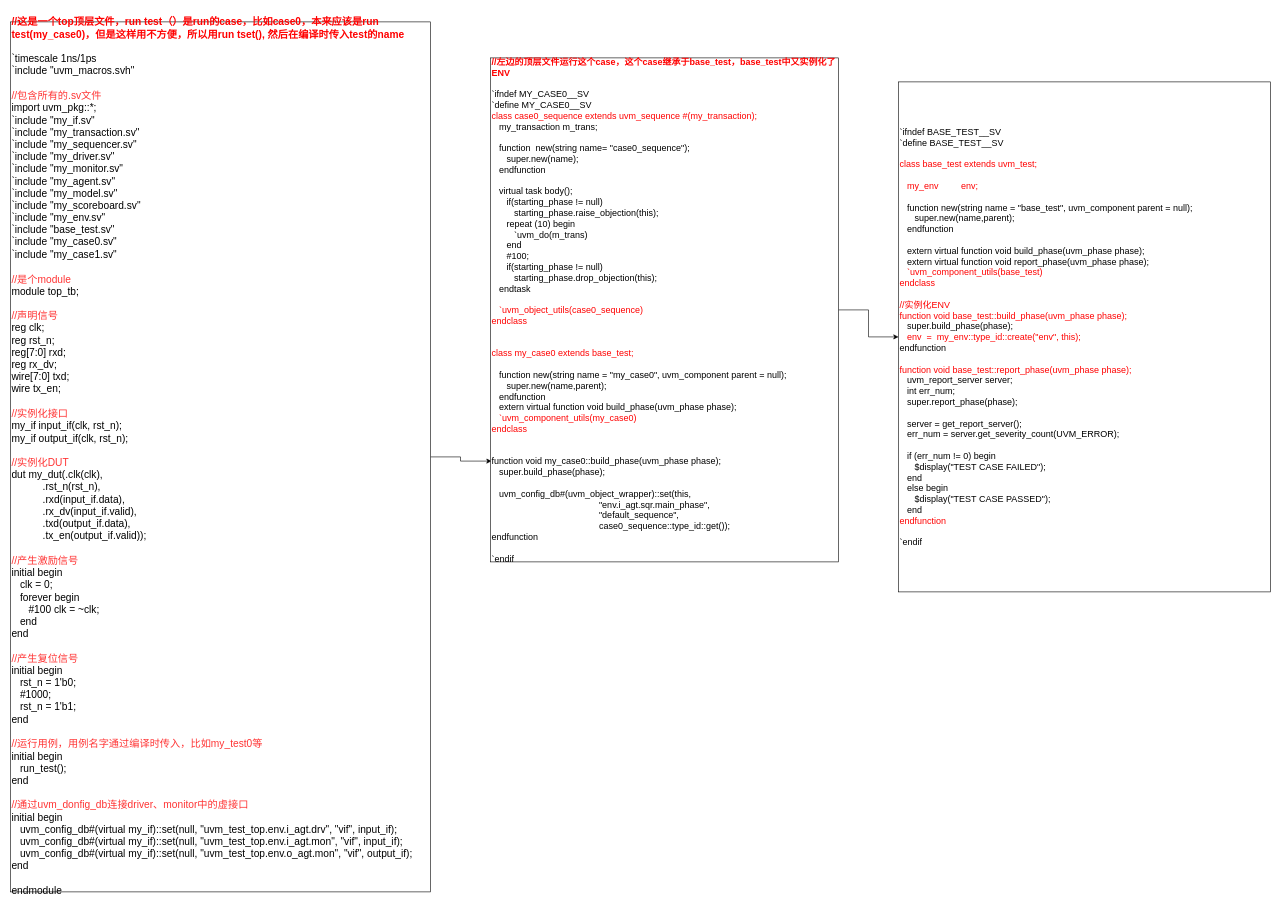
The draw.io diagram UVM架构总结/最终的top_tb.drawio in ghr12345/firsttest, before the edit. Source tidied: cells renumbered, new cells numbered last; positions are measured from the earlier drawing's top-left corner, leaving out a move shared by most shapes. Both pictures are drawn from the tidied source at 60%, with x=0, y=0 at pixel (10, 22).
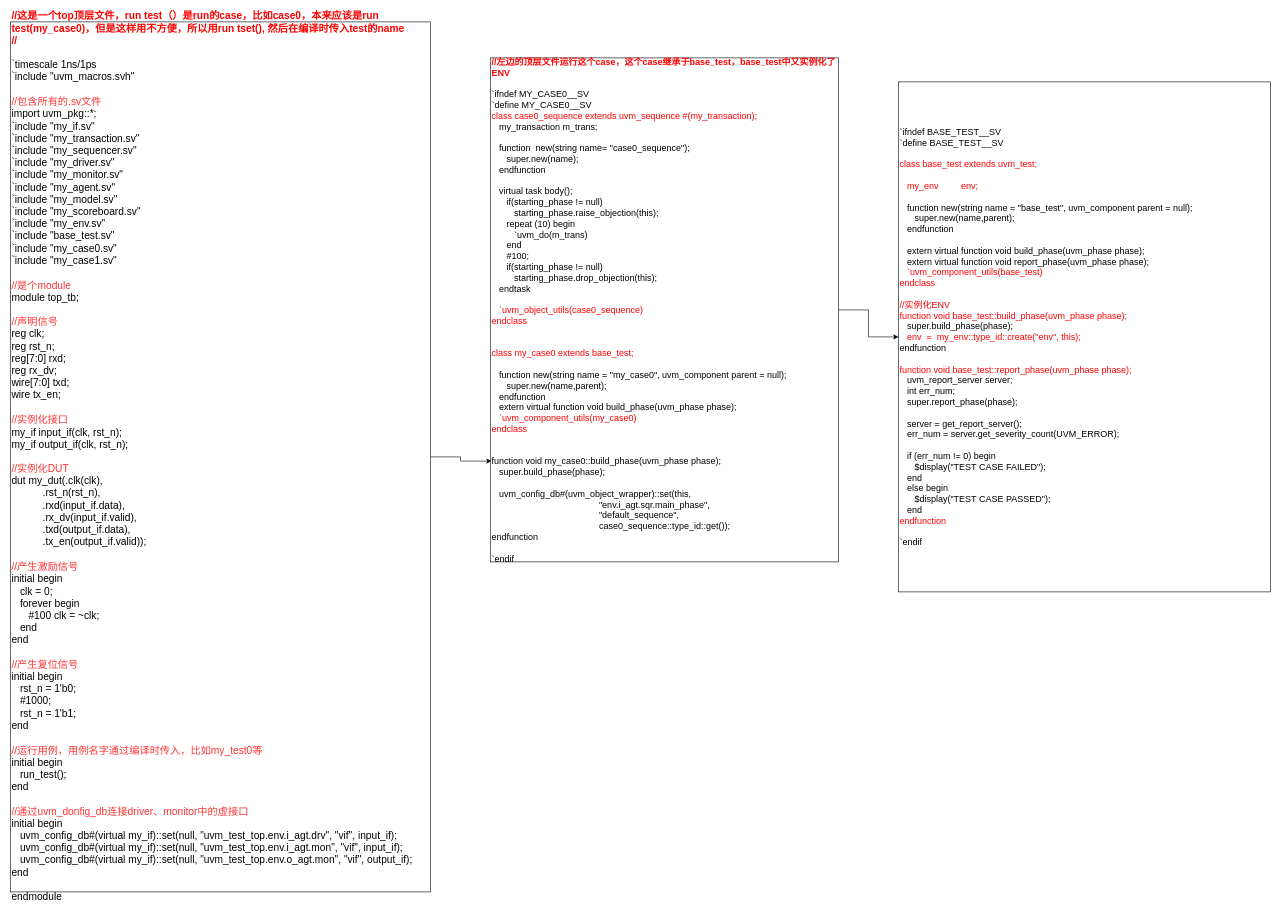
The same page after the edit.

Commit message (it also covers changes not shown here):
更新最终的top_tb.drawio

Diff of the diagram source:
```diff
@@
 <mxGraphModel>
   <root>
     <mxCell id="0" />
     <mxCell id="1" parent="0" />
     <mxCell id="2" style="edgeStyle=orthogonalEdgeStyle;rounded=0;jettySize=auto;html=1;entryX=0.003;entryY=0.8;entryDx=0;entryDy=0;entryPerimeter=0;fontSize=15;" parent="1" edge="1" source="3" target="5">
       <mxGeometry relative="1" as="geometry" />
     </mxCell>
-    <mxCell id="3" value="&lt;div&gt;&lt;font color=&quot;#ff0000&quot;&gt;&lt;b&gt;//这是一个top顶层文件，run test（）是run的case，比如case0，本来应该是run test(my_case0)，但是这样用不方便，所以用run tset(), 然后在编译时传入test的name&lt;/b&gt;&lt;/font&gt;&lt;/div&gt;&lt;div&gt;&lt;br&gt;&lt;/div&gt;&lt;div&gt;`timescale 1ns/1ps&lt;/div&gt;&lt;div&gt;`include &quot;uvm_macros.svh&quot;&lt;/div&gt;&lt;div&gt;&lt;br&gt;&lt;/div&gt;&lt;div&gt;&lt;font color=&quot;#ff3333&quot;&gt;//包含所有的.sv文件&lt;/font&gt;&lt;/div&gt;&lt;div&gt;import uvm_pkg::*;&lt;/div&gt;&lt;div&gt;`include &quot;my_if.sv&quot;&lt;/div&gt;&lt;div&gt;`include &quot;my_transaction.sv&quot;&lt;/div&gt;&lt;div&gt;`include &quot;my_sequencer.sv&quot;&lt;/div&gt;&lt;div&gt;`include &quot;my_driver.sv&quot;&lt;/div&gt;&lt;div&gt;`include &quot;my_monitor.sv&quot;&lt;/div&gt;&lt;div&gt;`include &quot;my_agent.sv&quot;&lt;/div&gt;&lt;div&gt;`include &quot;my_model.sv&quot;&lt;/div&gt;&lt;div&gt;`include &quot;my_scoreboard.sv&quot;&lt;/div&gt;&lt;div&gt;`include &quot;my_env.sv&quot;&lt;/div&gt;&lt;div&gt;`include &quot;base_test.sv&quot;&lt;/div&gt;&lt;div&gt;`include &quot;my_case0.sv&quot;&lt;/div&gt;&lt;div&gt;`include &quot;my_case1.sv&quot;&lt;/div&gt;&lt;div&gt;&lt;br&gt;&lt;/div&gt;&lt;div&gt;&lt;span style=&quot;color: rgb(255 , 51 , 51)&quot;&gt;//是个module&lt;/span&gt;&lt;br&gt;&lt;/div&gt;&lt;div&gt;module top_tb;&lt;/div&gt;&lt;div&gt;&lt;br&gt;&lt;/div&gt;&lt;div&gt;&lt;span style=&quot;color: rgb(255 , 51 , 51)&quot;&gt;//声明信号&lt;/span&gt;&lt;br&gt;&lt;/div&gt;&lt;div&gt;reg clk;&lt;/div&gt;&lt;div&gt;reg rst_n;&lt;/div&gt;&lt;div&gt;reg[7:0] rxd;&lt;/div&gt;&lt;div&gt;reg rx_dv;&lt;/div&gt;&lt;div&gt;wire[7:0] txd;&lt;/div&gt;&lt;div&gt;wire tx_en;&lt;/div&gt;&lt;div&gt;&lt;br&gt;&lt;/div&gt;&lt;div&gt;&lt;span style=&quot;color: rgb(255 , 51 , 51)&quot;&gt;//实例化接口&lt;/span&gt;&lt;br&gt;&lt;/div&gt;&lt;div&gt;my_if input_if(clk, rst_n);&lt;/div&gt;&lt;div&gt;my_if output_if(clk, rst_n);&lt;/div&gt;&lt;div&gt;&lt;br&gt;&lt;/div&gt;&lt;div&gt;&lt;span style=&quot;color: rgb(255 , 51 , 51)&quot;&gt;//实例化DUT&lt;/span&gt;&lt;br&gt;&lt;/div&gt;&lt;div&gt;dut my_dut(.clk(clk),&lt;/div&gt;&lt;div&gt;&amp;nbsp; &amp;nbsp; &amp;nbsp; &amp;nbsp; &amp;nbsp; &amp;nbsp;.rst_n(rst_n),&lt;/div&gt;&lt;div&gt;&amp;nbsp; &amp;nbsp; &amp;nbsp; &amp;nbsp; &amp;nbsp; &amp;nbsp;.rxd(input_if.data),&lt;/div&gt;&lt;div&gt;&amp;nbsp; &amp;nbsp; &amp;nbsp; &amp;nbsp; &amp;nbsp; &amp;nbsp;.rx_dv(input_if.valid),&lt;/div&gt;&lt;div&gt;&amp;nbsp; &amp;nbsp; &amp;nbsp; &amp;nbsp; &amp;nbsp; &amp;nbsp;.txd(output_if.data),&lt;/div&gt;&lt;div&gt;&amp;nbsp; &amp;nbsp; &amp;nbsp; &amp;nbsp; &amp;nbsp; &amp;nbsp;.tx_en(output_if.valid));&lt;/div&gt;&lt;div&gt;&lt;br&gt;&lt;/div&gt;&lt;div&gt;&lt;span style=&quot;color: rgb(255 , 51 , 51)&quot;&gt;//产生激励信号&lt;/span&gt;&lt;br&gt;&lt;/div&gt;&lt;div&gt;initial begin&lt;/div&gt;&lt;div&gt;&amp;nbsp; &amp;nbsp;clk = 0;&lt;/div&gt;&lt;div&gt;&amp;nbsp; &amp;nbsp;forever begin&lt;/div&gt;&lt;div&gt;&amp;nbsp; &amp;nbsp; &amp;nbsp; #100 clk = ~clk;&lt;/div&gt;&lt;div&gt;&amp;nbsp; &amp;nbsp;end&lt;/div&gt;&lt;div&gt;end&lt;/div&gt;&lt;div&gt;&lt;br&gt;&lt;/div&gt;&lt;div&gt;&lt;span style=&quot;color: rgb(255 , 51 , 51)&quot;&gt;//产生复位信号&lt;/span&gt;&lt;br&gt;&lt;/div&gt;&lt;div&gt;initial begin&lt;/div&gt;&lt;div&gt;&amp;nbsp; &amp;nbsp;rst_n = 1'b0;&lt;/div&gt;&lt;div&gt;&amp;nbsp; &amp;nbsp;#1000;&lt;/div&gt;&lt;div&gt;&amp;nbsp; &amp;nbsp;rst_n = 1'b1;&lt;/div&gt;&lt;div&gt;end&lt;/div&gt;&lt;div&gt;&lt;br&gt;&lt;/div&gt;&lt;div&gt;&lt;span style=&quot;color: rgb(255 , 51 , 51)&quot;&gt;//运行用例，用例名字通过编译时传入，比如my_test0等&lt;/span&gt;&lt;br&gt;&lt;/div&gt;&lt;div&gt;initial begin&lt;/div&gt;&lt;div&gt;&amp;nbsp; &amp;nbsp;run_test();&lt;/div&gt;&lt;div&gt;end&lt;/div&gt;&lt;div&gt;&lt;br&gt;&lt;/div&gt;&lt;div&gt;&lt;span style=&quot;color: rgb(255 , 51 , 51)&quot;&gt;//通过uvm_donfig_db连接driver、monitor中的虚接口&lt;/span&gt;&lt;br&gt;&lt;/div&gt;&lt;div&gt;initial begin&lt;/div&gt;&lt;div&gt;&amp;nbsp; &amp;nbsp;uvm_config_db#(virtual my_if)::set(null, &quot;uvm_test_top.env.i_agt.drv&quot;, &quot;vif&quot;, input_if);&lt;/div&gt;&lt;div&gt;&amp;nbsp; &amp;nbsp;uvm_config_db#(virtual my_if)::set(null, &quot;uvm_test_top.env.i_agt.mon&quot;, &quot;vif&quot;, input_if);&lt;/div&gt;&lt;div&gt;&amp;nbsp; &amp;nbsp;uvm_config_db#(virtual my_if)::set(null, &quot;uvm_test_top.env.o_agt.mon&quot;, &quot;vif&quot;, output_if);&lt;/div&gt;&lt;div&gt;end&lt;/div&gt;&lt;div&gt;&lt;br&gt;&lt;/div&gt;&lt;div&gt;endmodule&lt;/div&gt;" style="rounded=0;whiteSpace=wrap;html=1;fontSize=17;align=left;" parent="1" vertex="1">
+    <mxCell id="3" value="&lt;div&gt;&lt;font color=&quot;#ff0000&quot;&gt;&lt;b&gt;//这是一个top顶层文件，run test（）是run的case，比如case0，本来应该是run test(my_case0)，但是这样用不方便，所以用run tset(), 然后在编译时传入test的name&amp;nbsp;&amp;nbsp;&lt;/b&gt;&lt;/font&gt;&lt;/div&gt;&lt;div&gt;&lt;font color=&quot;#ff0000&quot;&gt;&lt;b&gt;//&lt;/b&gt;&lt;/font&gt;&lt;/div&gt;&lt;div&gt;&lt;br&gt;&lt;/div&gt;&lt;div&gt;`timescale 1ns/1ps&lt;/div&gt;&lt;div&gt;`include &quot;uvm_macros.svh&quot;&lt;/div&gt;&lt;div&gt;&lt;br&gt;&lt;/div&gt;&lt;div&gt;&lt;font color=&quot;#ff3333&quot;&gt;//包含所有的.sv文件&lt;/font&gt;&lt;/div&gt;&lt;div&gt;import uvm_pkg::*;&lt;/div&gt;&lt;div&gt;`include &quot;my_if.sv&quot;&lt;/div&gt;&lt;div&gt;`include &quot;my_transaction.sv&quot;&lt;/div&gt;&lt;div&gt;`include &quot;my_sequencer.sv&quot;&lt;/div&gt;&lt;div&gt;`include &quot;my_driver.sv&quot;&lt;/div&gt;&lt;div&gt;`include &quot;my_monitor.sv&quot;&lt;/div&gt;&lt;div&gt;`include &quot;my_agent.sv&quot;&lt;/div&gt;&lt;div&gt;`include &quot;my_model.sv&quot;&lt;/div&gt;&lt;div&gt;`include &quot;my_scoreboard.sv&quot;&lt;/div&gt;&lt;div&gt;`include &quot;my_env.sv&quot;&lt;/div&gt;&lt;div&gt;`include &quot;base_test.sv&quot;&lt;/div&gt;&lt;div&gt;`include &quot;my_case0.sv&quot;&lt;/div&gt;&lt;div&gt;`include &quot;my_case1.sv&quot;&lt;/div&gt;&lt;div&gt;&lt;br&gt;&lt;/div&gt;&lt;div&gt;&lt;span style=&quot;color: rgb(255 , 51 , 51)&quot;&gt;//是个module&lt;/span&gt;&lt;br&gt;&lt;/div&gt;&lt;div&gt;module top_tb;&lt;/div&gt;&lt;div&gt;&lt;br&gt;&lt;/div&gt;&lt;div&gt;&lt;span style=&quot;color: rgb(255 , 51 , 51)&quot;&gt;//声明信号&lt;/span&gt;&lt;br&gt;&lt;/div&gt;&lt;div&gt;reg clk;&lt;/div&gt;&lt;div&gt;reg rst_n;&lt;/div&gt;&lt;div&gt;reg[7:0] rxd;&lt;/div&gt;&lt;div&gt;reg rx_dv;&lt;/div&gt;&lt;div&gt;wire[7:0] txd;&lt;/div&gt;&lt;div&gt;wire tx_en;&lt;/div&gt;&lt;div&gt;&lt;br&gt;&lt;/div&gt;&lt;div&gt;&lt;span style=&quot;color: rgb(255 , 51 , 51)&quot;&gt;//实例化接口&lt;/span&gt;&lt;br&gt;&lt;/div&gt;&lt;div&gt;my_if input_if(clk, rst_n);&lt;/div&gt;&lt;div&gt;my_if output_if(clk, rst_n);&lt;/div&gt;&lt;div&gt;&lt;br&gt;&lt;/div&gt;&lt;div&gt;&lt;span style=&quot;color: rgb(255 , 51 , 51)&quot;&gt;//实例化DUT&lt;/span&gt;&lt;br&gt;&lt;/div&gt;&lt;div&gt;dut my_dut(.clk(clk),&lt;/div&gt;&lt;div&gt;&amp;nbsp; &amp;nbsp; &amp;nbsp; &amp;nbsp; &amp;nbsp; &amp;nbsp;.rst_n(rst_n),&lt;/div&gt;&lt;div&gt;&amp;nbsp; &amp;nbsp; &amp;nbsp; &amp;nbsp; &amp;nbsp; &amp;nbsp;.rxd(input_if.data),&lt;/div&gt;&lt;div&gt;&amp;nbsp; &amp;nbsp; &amp;nbsp; &amp;nbsp; &amp;nbsp; &amp;nbsp;.rx_dv(input_if.valid),&lt;/div&gt;&lt;div&gt;&amp;nbsp; &amp;nbsp; &amp;nbsp; &amp;nbsp; &amp;nbsp; &amp;nbsp;.txd(output_if.data),&lt;/div&gt;&lt;div&gt;&amp;nbsp; &amp;nbsp; &amp;nbsp; &amp;nbsp; &amp;nbsp; &amp;nbsp;.tx_en(output_if.valid));&lt;/div&gt;&lt;div&gt;&lt;br&gt;&lt;/div&gt;&lt;div&gt;&lt;span style=&quot;color: rgb(255 , 51 , 51)&quot;&gt;//产生激励信号&lt;/span&gt;&lt;br&gt;&lt;/div&gt;&lt;div&gt;initial begin&lt;/div&gt;&lt;div&gt;&amp;nbsp; &amp;nbsp;clk = 0;&lt;/div&gt;&lt;div&gt;&amp;nbsp; &amp;nbsp;forever begin&lt;/div&gt;&lt;div&gt;&amp;nbsp; &amp;nbsp; &amp;nbsp; #100 clk = ~clk;&lt;/div&gt;&lt;div&gt;&amp;nbsp; &amp;nbsp;end&lt;/div&gt;&lt;div&gt;end&lt;/div&gt;&lt;div&gt;&lt;br&gt;&lt;/div&gt;&lt;div&gt;&lt;span style=&quot;color: rgb(255 , 51 , 51)&quot;&gt;//产生复位信号&lt;/span&gt;&lt;br&gt;&lt;/div&gt;&lt;div&gt;initial begin&lt;/div&gt;&lt;div&gt;&amp;nbsp; &amp;nbsp;rst_n = 1'b0;&lt;/div&gt;&lt;div&gt;&amp;nbsp; &amp;nbsp;#1000;&lt;/div&gt;&lt;div&gt;&amp;nbsp; &amp;nbsp;rst_n = 1'b1;&lt;/div&gt;&lt;div&gt;end&lt;/div&gt;&lt;div&gt;&lt;br&gt;&lt;/div&gt;&lt;div&gt;&lt;span style=&quot;color: rgb(255 , 51 , 51)&quot;&gt;//运行用例，用例名字通过编译时传入，比如my_test0等&lt;/span&gt;&lt;br&gt;&lt;/div&gt;&lt;div&gt;initial begin&lt;/div&gt;&lt;div&gt;&amp;nbsp; &amp;nbsp;run_test();&lt;/div&gt;&lt;div&gt;end&lt;/div&gt;&lt;div&gt;&lt;br&gt;&lt;/div&gt;&lt;div&gt;&lt;span style=&quot;color: rgb(255 , 51 , 51)&quot;&gt;//通过uvm_donfig_db连接driver、monitor中的虚接口&lt;/span&gt;&lt;br&gt;&lt;/div&gt;&lt;div&gt;initial begin&lt;/div&gt;&lt;div&gt;&amp;nbsp; &amp;nbsp;uvm_config_db#(virtual my_if)::set(null, &quot;uvm_test_top.env.i_agt.drv&quot;, &quot;vif&quot;, input_if);&lt;/div&gt;&lt;div&gt;&amp;nbsp; &amp;nbsp;uvm_config_db#(virtual my_if)::set(null, &quot;uvm_test_top.env.i_agt.mon&quot;, &quot;vif&quot;, input_if);&lt;/div&gt;&lt;div&gt;&amp;nbsp; &amp;nbsp;uvm_config_db#(virtual my_if)::set(null, &quot;uvm_test_top.env.o_agt.mon&quot;, &quot;vif&quot;, output_if);&lt;/div&gt;&lt;div&gt;end&lt;/div&gt;&lt;div&gt;&lt;br&gt;&lt;/div&gt;&lt;div&gt;endmodule&lt;/div&gt;" style="rounded=0;whiteSpace=wrap;html=1;fontSize=17;align=left;" parent="1" vertex="1">
       <mxGeometry width="700" height="1450" as="geometry" />
     </mxCell>
     <mxCell id="4" style="edgeStyle=orthogonalEdgeStyle;rounded=0;jettySize=auto;html=1;fontSize=15;" parent="1" edge="1" source="5" target="6">
       <mxGeometry relative="1" as="geometry" />
     </mxCell>
     <mxCell id="5" value="&lt;div style=&quot;font-size: 15px&quot;&gt;&lt;font color=&quot;#ff0000&quot;&gt;&lt;b&gt;//左边的顶层文件运行这个case，这个case继承于base_test，base_test中又实例化了ENV&lt;/b&gt;&lt;/font&gt;&lt;/div&gt;&lt;div style=&quot;font-size: 15px&quot;&gt;&lt;br&gt;&lt;/div&gt;&lt;div style=&quot;font-size: 15px&quot;&gt;`ifndef MY_CASE0__SV&lt;/div&gt;&lt;div style=&quot;font-size: 15px&quot;&gt;`define MY_CASE0__SV&lt;/div&gt;&lt;div style=&quot;font-size: 15px&quot;&gt;&lt;font color=&quot;#ff0000&quot;&gt;class case0_sequence extends uvm_sequence #(my_transaction);&lt;/font&gt;&lt;/div&gt;&lt;div style=&quot;font-size: 15px&quot;&gt;&amp;nbsp; &amp;nbsp;my_transaction m_trans;&lt;/div&gt;&lt;div style=&quot;font-size: 15px&quot;&gt;&lt;br style=&quot;font-size: 15px&quot;&gt;&lt;/div&gt;&lt;div style=&quot;font-size: 15px&quot;&gt;&amp;nbsp; &amp;nbsp;function&amp;nbsp; new(string name= &quot;case0_sequence&quot;);&lt;/div&gt;&lt;div style=&quot;font-size: 15px&quot;&gt;&amp;nbsp; &amp;nbsp; &amp;nbsp; super.new(name);&lt;/div&gt;&lt;div style=&quot;font-size: 15px&quot;&gt;&amp;nbsp; &amp;nbsp;endfunction&amp;nbsp;&lt;/div&gt;&lt;div style=&quot;font-size: 15px&quot;&gt;&amp;nbsp; &amp;nbsp;&lt;/div&gt;&lt;div style=&quot;font-size: 15px&quot;&gt;&amp;nbsp; &amp;nbsp;virtual task body();&lt;/div&gt;&lt;div style=&quot;font-size: 15px&quot;&gt;&amp;nbsp; &amp;nbsp; &amp;nbsp; if(starting_phase != null)&amp;nbsp;&lt;/div&gt;&lt;div style=&quot;font-size: 15px&quot;&gt;&amp;nbsp; &amp;nbsp; &amp;nbsp; &amp;nbsp; &amp;nbsp;starting_phase.raise_objection(this);&lt;/div&gt;&lt;div style=&quot;font-size: 15px&quot;&gt;&amp;nbsp; &amp;nbsp; &amp;nbsp; repeat (10) begin&lt;/div&gt;&lt;div style=&quot;font-size: 15px&quot;&gt;&amp;nbsp; &amp;nbsp; &amp;nbsp; &amp;nbsp; &amp;nbsp;`uvm_do(m_trans)&lt;/div&gt;&lt;div style=&quot;font-size: 15px&quot;&gt;&amp;nbsp; &amp;nbsp; &amp;nbsp; end&lt;/div&gt;&lt;div style=&quot;font-size: 15px&quot;&gt;&amp;nbsp; &amp;nbsp; &amp;nbsp; #100;&lt;/div&gt;&lt;div style=&quot;font-size: 15px&quot;&gt;&amp;nbsp; &amp;nbsp; &amp;nbsp; if(starting_phase != null)&amp;nbsp;&lt;/div&gt;&lt;div style=&quot;font-size: 15px&quot;&gt;&amp;nbsp; &amp;nbsp; &amp;nbsp; &amp;nbsp; &amp;nbsp;starting_phase.drop_objection(this);&lt;/div&gt;&lt;div style=&quot;font-size: 15px&quot;&gt;&amp;nbsp; &amp;nbsp;endtask&lt;/div&gt;&lt;div style=&quot;font-size: 15px&quot;&gt;&lt;br style=&quot;font-size: 15px&quot;&gt;&lt;/div&gt;&lt;div style=&quot;font-size: 15px&quot;&gt;&amp;nbsp; &amp;nbsp;&lt;font color=&quot;#ff0000&quot;&gt;`uvm_object_utils(case0_sequence)&lt;/font&gt;&lt;/div&gt;&lt;div style=&quot;font-size: 15px&quot;&gt;&lt;font color=&quot;#ff0000&quot;&gt;endclass&lt;/font&gt;&lt;/div&gt;&lt;div style=&quot;font-size: 15px&quot;&gt;&lt;br style=&quot;font-size: 15px&quot;&gt;&lt;/div&gt;&lt;div style=&quot;font-size: 15px&quot;&gt;&lt;br style=&quot;font-size: 15px&quot;&gt;&lt;/div&gt;&lt;div style=&quot;font-size: 15px&quot;&gt;&lt;font color=&quot;#ff0000&quot;&gt;class my_case0 extends base_test;&lt;/font&gt;&lt;/div&gt;&lt;div style=&quot;font-size: 15px&quot;&gt;&lt;br style=&quot;font-size: 15px&quot;&gt;&lt;/div&gt;&lt;div style=&quot;font-size: 15px&quot;&gt;&amp;nbsp; &amp;nbsp;function new(string name = &quot;my_case0&quot;, uvm_component parent = null);&lt;/div&gt;&lt;div style=&quot;font-size: 15px&quot;&gt;&amp;nbsp; &amp;nbsp; &amp;nbsp; super.new(name,parent);&lt;/div&gt;&lt;div style=&quot;font-size: 15px&quot;&gt;&amp;nbsp; &amp;nbsp;endfunction&amp;nbsp;&lt;/div&gt;&lt;div style=&quot;font-size: 15px&quot;&gt;&amp;nbsp; &amp;nbsp;extern virtual function void build_phase(uvm_phase phase);&amp;nbsp;&lt;/div&gt;&lt;div style=&quot;font-size: 15px&quot;&gt;&amp;nbsp; &lt;font color=&quot;#ff0000&quot;&gt;&amp;nbsp;`uvm_component_utils(my_case0)&lt;/font&gt;&lt;/div&gt;&lt;div style=&quot;font-size: 15px&quot;&gt;&lt;font color=&quot;#ff0000&quot;&gt;endclass&lt;/font&gt;&lt;/div&gt;&lt;div style=&quot;font-size: 15px&quot;&gt;&lt;br style=&quot;font-size: 15px&quot;&gt;&lt;/div&gt;&lt;div style=&quot;font-size: 15px&quot;&gt;&lt;br style=&quot;font-size: 15px&quot;&gt;&lt;/div&gt;&lt;div style=&quot;font-size: 15px&quot;&gt;function void my_case0::build_phase(uvm_phase phase);&lt;/div&gt;&lt;div style=&quot;font-size: 15px&quot;&gt;&amp;nbsp; &amp;nbsp;super.build_phase(phase);&lt;/div&gt;&lt;div style=&quot;font-size: 15px&quot;&gt;&lt;br style=&quot;font-size: 15px&quot;&gt;&lt;/div&gt;&lt;div style=&quot;font-size: 15px&quot;&gt;&amp;nbsp; &amp;nbsp;uvm_config_db#(uvm_object_wrapper)::set(this,&amp;nbsp;&lt;/div&gt;&lt;div style=&quot;font-size: 15px&quot;&gt;&amp;nbsp; &amp;nbsp; &amp;nbsp; &amp;nbsp; &amp;nbsp; &amp;nbsp; &amp;nbsp; &amp;nbsp; &amp;nbsp; &amp;nbsp; &amp;nbsp; &amp;nbsp; &amp;nbsp; &amp;nbsp; &amp;nbsp; &amp;nbsp; &amp;nbsp; &amp;nbsp; &amp;nbsp; &amp;nbsp; &amp;nbsp; &amp;nbsp;&quot;env.i_agt.sqr.main_phase&quot;,&amp;nbsp;&lt;/div&gt;&lt;div style=&quot;font-size: 15px&quot;&gt;&amp;nbsp; &amp;nbsp; &amp;nbsp; &amp;nbsp; &amp;nbsp; &amp;nbsp; &amp;nbsp; &amp;nbsp; &amp;nbsp; &amp;nbsp; &amp;nbsp; &amp;nbsp; &amp;nbsp; &amp;nbsp; &amp;nbsp; &amp;nbsp; &amp;nbsp; &amp;nbsp; &amp;nbsp; &amp;nbsp; &amp;nbsp; &amp;nbsp;&quot;default_sequence&quot;,&amp;nbsp;&lt;/div&gt;&lt;div style=&quot;font-size: 15px&quot;&gt;&amp;nbsp; &amp;nbsp; &amp;nbsp; &amp;nbsp; &amp;nbsp; &amp;nbsp; &amp;nbsp; &amp;nbsp; &amp;nbsp; &amp;nbsp; &amp;nbsp; &amp;nbsp; &amp;nbsp; &amp;nbsp; &amp;nbsp; &amp;nbsp; &amp;nbsp; &amp;nbsp; &amp;nbsp; &amp;nbsp; &amp;nbsp; &amp;nbsp;case0_sequence::type_id::get());&lt;/div&gt;&lt;div style=&quot;font-size: 15px&quot;&gt;endfunction&lt;/div&gt;&lt;div style=&quot;font-size: 15px&quot;&gt;&lt;br style=&quot;font-size: 15px&quot;&gt;&lt;/div&gt;&lt;div style=&quot;font-size: 15px&quot;&gt;`endif&lt;/div&gt;" style="rounded=0;whiteSpace=wrap;html=1;fontSize=15;align=left;" parent="1" vertex="1">
       <mxGeometry x="800" y="60" width="580" height="840" as="geometry" />
     </mxCell>
     <mxCell id="6" value="&lt;div&gt;`ifndef BASE_TEST__SV&lt;/div&gt;&lt;div&gt;`define BASE_TEST__SV&lt;/div&gt;&lt;div&gt;&lt;br&gt;&lt;/div&gt;&lt;div&gt;&lt;font color=&quot;#ff0000&quot;&gt;class base_test extends uvm_test;&lt;/font&gt;&lt;/div&gt;&lt;div&gt;&lt;br&gt;&lt;/div&gt;&lt;div&gt;&amp;nbsp; &amp;nbsp;&lt;font color=&quot;#ff0000&quot;&gt;my_env&amp;nbsp; &amp;nbsp; &amp;nbsp; &amp;nbsp; &amp;nbsp;env;&lt;/font&gt;&lt;/div&gt;&lt;div&gt;&amp;nbsp; &amp;nbsp;&lt;/div&gt;&lt;div&gt;&amp;nbsp; &amp;nbsp;function new(string name = &quot;base_test&quot;, uvm_component parent = null);&lt;/div&gt;&lt;div&gt;&amp;nbsp; &amp;nbsp; &amp;nbsp; super.new(name,parent);&lt;/div&gt;&lt;div&gt;&amp;nbsp; &amp;nbsp;endfunction&lt;/div&gt;&lt;div&gt;&amp;nbsp; &amp;nbsp;&lt;/div&gt;&lt;div&gt;&amp;nbsp; &amp;nbsp;extern virtual function void build_phase(uvm_phase phase);&lt;/div&gt;&lt;div&gt;&amp;nbsp; &amp;nbsp;extern virtual function void report_phase(uvm_phase phase);&lt;/div&gt;&lt;div&gt;&lt;font color=&quot;#ff0000&quot;&gt;&amp;nbsp; &amp;nbsp;`uvm_component_utils(base_test)&lt;/font&gt;&lt;/div&gt;&lt;div&gt;&lt;font color=&quot;#ff0000&quot;&gt;endclass&lt;/font&gt;&lt;/div&gt;&lt;div&gt;&lt;br&gt;&lt;/div&gt;&lt;div&gt;&lt;font color=&quot;#ff0000&quot;&gt;//实例化ENV&lt;/font&gt;&lt;/div&gt;&lt;div&gt;&lt;font color=&quot;#ff0000&quot;&gt;function void base_test::build_phase(uvm_phase phase);&lt;/font&gt;&lt;/div&gt;&lt;div&gt;&amp;nbsp; &amp;nbsp;super.build_phase(phase);&lt;/div&gt;&lt;div&gt;&amp;nbsp; &amp;nbsp;&lt;font color=&quot;#ff0000&quot;&gt;env&amp;nbsp; =&amp;nbsp; my_env::type_id::create(&quot;env&quot;, this);&amp;nbsp;&lt;/font&gt;&lt;/div&gt;&lt;div&gt;endfunction&lt;/div&gt;&lt;div&gt;&lt;br&gt;&lt;/div&gt;&lt;div&gt;&lt;font color=&quot;#ff0000&quot;&gt;function void base_test::report_phase(uvm_phase phase);&lt;/font&gt;&lt;/div&gt;&lt;div&gt;&amp;nbsp; &amp;nbsp;uvm_report_server server;&lt;/div&gt;&lt;div&gt;&amp;nbsp; &amp;nbsp;int err_num;&lt;/div&gt;&lt;div&gt;&amp;nbsp; &amp;nbsp;super.report_phase(phase);&lt;/div&gt;&lt;div&gt;&lt;br&gt;&lt;/div&gt;&lt;div&gt;&amp;nbsp; &amp;nbsp;server = get_report_server();&lt;/div&gt;&lt;div&gt;&amp;nbsp; &amp;nbsp;err_num = server.get_severity_count(UVM_ERROR);&lt;/div&gt;&lt;div&gt;&lt;br&gt;&lt;/div&gt;&lt;div&gt;&amp;nbsp; &amp;nbsp;if (err_num != 0) begin&lt;/div&gt;&lt;div&gt;&amp;nbsp; &amp;nbsp; &amp;nbsp; $display(&quot;TEST CASE FAILED&quot;);&lt;/div&gt;&lt;div&gt;&amp;nbsp; &amp;nbsp;end&lt;/div&gt;&lt;div&gt;&amp;nbsp; &amp;nbsp;else begin&lt;/div&gt;&lt;div&gt;&amp;nbsp; &amp;nbsp; &amp;nbsp; $display(&quot;TEST CASE PASSED&quot;);&lt;/div&gt;&lt;div&gt;&amp;nbsp; &amp;nbsp;end&lt;/div&gt;&lt;div&gt;&lt;font color=&quot;#ff0000&quot;&gt;endfunction&lt;/font&gt;&lt;/div&gt;&lt;div&gt;&lt;br&gt;&lt;/div&gt;&lt;div&gt;`endif&lt;/div&gt;" style="rounded=0;whiteSpace=wrap;html=1;fontSize=15;align=left;" parent="1" vertex="1">
       <mxGeometry x="1480" y="100" width="620" height="850" as="geometry" />
     </mxCell>
   </root>
 </mxGraphModel>
```
